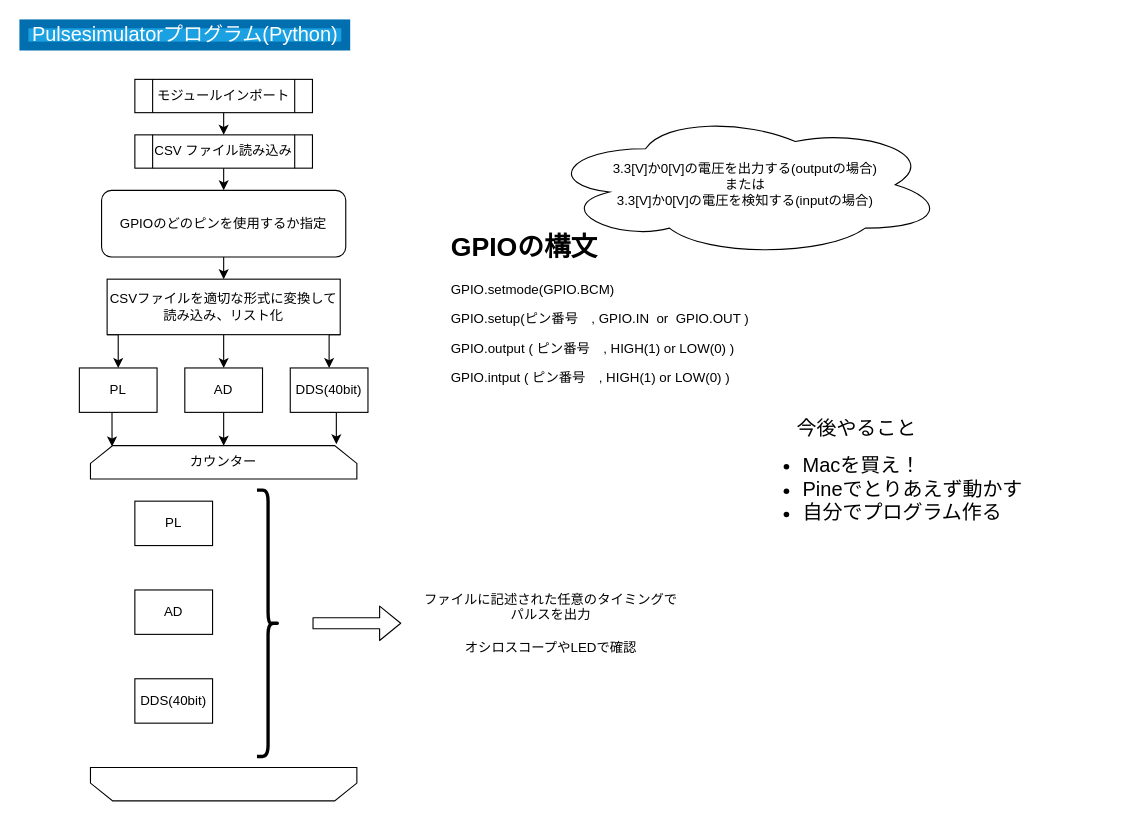
Earlier version of the draw.io diagram Pine64around/explation2.dio (parupappa/Pine64-python--pulse). Source tidied: cells renumbered, new cells numbered last; positions are measured from the earlier drawing's top-left corner, leaving out a move shared by most shapes. Both pictures are drawn from the tidied source at 111%, with x=0, y=0 at pixel (23, 23).
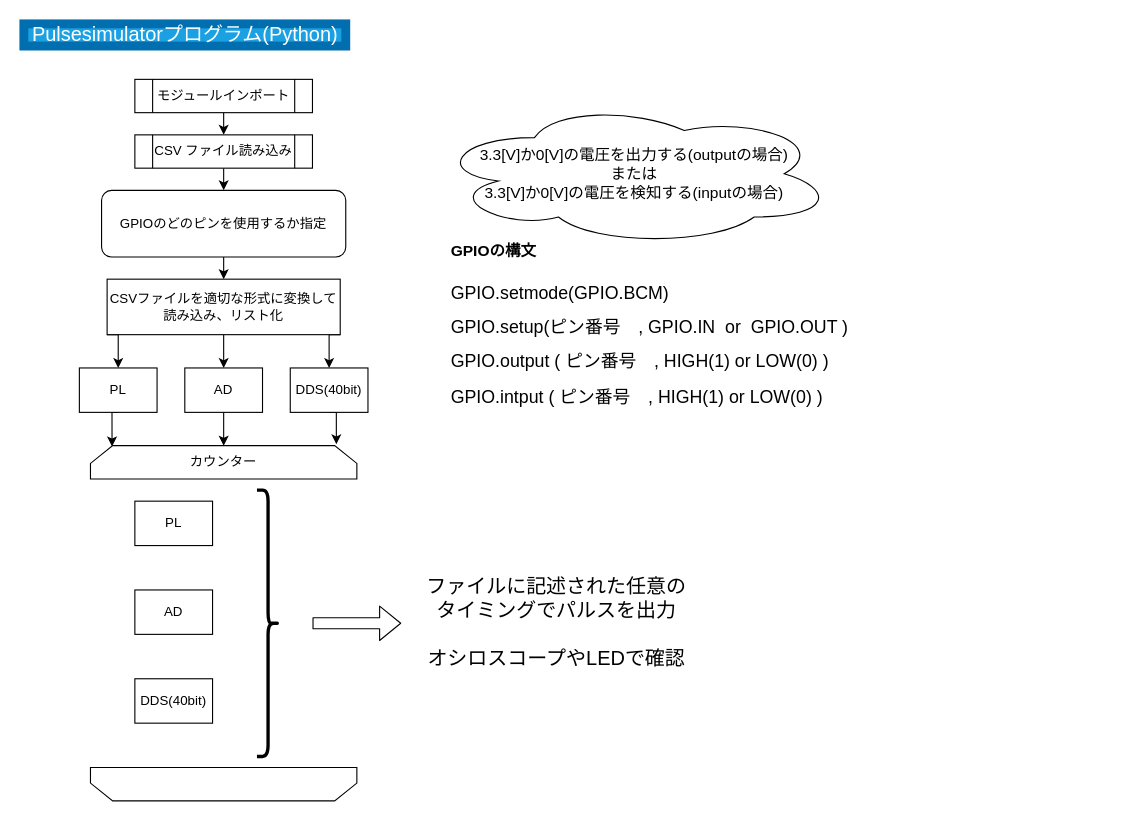
The same page after the edit.

Unchanged cells that the change refers to:
```xml
<mxCell id="27" style="group;" parent="1" vertex="1">
  <mxGeometry x="380" y="80" width="450" height="290" as="geometry" />
</mxCell>
```

What changed in the source:
```diff
@@
-    <mxCell id="26" value="ファイルに記述された任意のタイミングでパルスを出力&lt;br&gt;&lt;br&gt;オシロスコープやLEDで確認" style="text;html=1;strokeColor=none;fillColor=none;align=center;verticalAlign=middle;whiteSpace=wrap;rounded=0;" parent="1" vertex="1">
-      <mxGeometry x="360" y="515" width="230" height="50" as="geometry" />
+    <mxCell id="26" value="&lt;font style=&quot;font-size: 18px&quot;&gt;ファイルに記述された任意のタイミングでパルスを出力&lt;br&gt;&lt;br&gt;オシロスコープやLEDで確認&lt;/font&gt;" style="text;html=1;strokeColor=none;fillColor=none;align=center;verticalAlign=middle;whiteSpace=wrap;rounded=0;" parent="1" vertex="1">
+      <mxGeometry x="360" y="515" width="240" height="50" as="geometry" />
     </mxCell>
@@
-    <mxCell id="28" value="&lt;h1&gt;GPIOの構文&lt;/h1&gt;&lt;p&gt;GPIO.setmode(GPIO.BCM)&lt;/p&gt;&lt;p&gt;GPIO.setup(ピン番号　, GPIO.IN&amp;nbsp; or&amp;nbsp; GPIO.OUT )&lt;/p&gt;&lt;p&gt;GPIO.output ( ピン番号　, HIGH(1) or LOW(0) )&lt;/p&gt;&lt;p&gt;GPIO.intput ( ピン番号　, HIGH(1) or LOW(0) )&lt;br&gt;&lt;/p&gt;&lt;p&gt;&amp;nbsp;&lt;/p&gt;" style="text;html=1;strokeColor=none;fillColor=none;spacing=5;spacingTop=-20;whiteSpace=wrap;overflow=hidden;rounded=0;" parent="27" vertex="1">
-      <mxGeometry y="102" width="330" height="188" as="geometry" />
+    <mxCell id="28" value="&lt;h1&gt;&lt;font style=&quot;font-size: 14px&quot;&gt;GPIOの構文&lt;/font&gt;&lt;/h1&gt;&lt;p&gt;&lt;font size=&quot;3&quot;&gt;GPIO.setmode(GPIO.BCM)&lt;/font&gt;&lt;/p&gt;&lt;p&gt;&lt;font size=&quot;3&quot;&gt;GPIO.setup(ピン番号　, GPIO.IN&amp;nbsp; or&amp;nbsp; GPIO.OUT )&lt;/font&gt;&lt;/p&gt;&lt;p&gt;&lt;font size=&quot;3&quot;&gt;GPIO.output ( ピン番号　, HIGH(1) or LOW(0) )&lt;/font&gt;&lt;/p&gt;&lt;p&gt;&lt;font size=&quot;3&quot;&gt;GPIO.intput ( ピン番号　, HIGH(1) or LOW(0) )&lt;br&gt;&lt;/font&gt;&lt;/p&gt;&lt;p&gt;&lt;font size=&quot;3&quot;&gt;&amp;nbsp;&lt;/font&gt;&lt;/p&gt;" style="text;html=1;strokeColor=none;fillColor=none;spacing=5;spacingTop=-20;whiteSpace=wrap;overflow=hidden;rounded=0;" parent="27" vertex="1">
+      <mxGeometry y="102" width="430" height="188" as="geometry" />
     </mxCell>
-    <mxCell id="29" value="3.3[V]か0[V]の電圧を出力する(outputの場合)&lt;br&gt;または&lt;br&gt;3.3[V]か0[V]の電圧を検知する(inputの場合)" style="ellipse;shape=cloud;whiteSpace=wrap;html=1;strokeWidth=1;" parent="27" vertex="1">
-      <mxGeometry x="90" width="360" height="130" as="geometry" />
+    <mxCell id="29" value="&lt;font style=&quot;font-size: 14px&quot;&gt;3.3[V]か0[V]の電圧を出力する(outputの場合)&lt;br&gt;または&lt;br&gt;3.3[V]か0[V]の電圧を検知する(inputの場合)&lt;/font&gt;" style="ellipse;shape=cloud;whiteSpace=wrap;html=1;strokeWidth=1;" parent="27" vertex="1">
+      <mxGeometry x="-10" y="-10" width="360" height="130" as="geometry" />
     </mxCell>
-    <mxCell id="30" value="&lt;ul style=&quot;font-size: 18px;&quot;&gt;&lt;li style=&quot;font-size: 18px;&quot;&gt;Macを買え！&lt;/li&gt;&lt;li style=&quot;font-size: 18px;&quot;&gt;Pineでとりあえず動かす&lt;/li&gt;&lt;li style=&quot;font-size: 18px;&quot;&gt;自分でプログラム作る&lt;/li&gt;&lt;/ul&gt;" style="text;strokeColor=none;fillColor=none;html=1;whiteSpace=wrap;verticalAlign=middle;overflow=hidden;fontSize=18;" parent="1" vertex="1">
-      <mxGeometry x="660" y="360" width="320" height="120" as="geometry" />
-    </mxCell>
-    <mxCell id="31" value="今後やること" style="text;html=1;align=center;verticalAlign=middle;fontSize=18;" parent="1" vertex="1">
-      <mxGeometry x="690" y="350" width="120" height="30" as="geometry" />
-    </mxCell>
```
